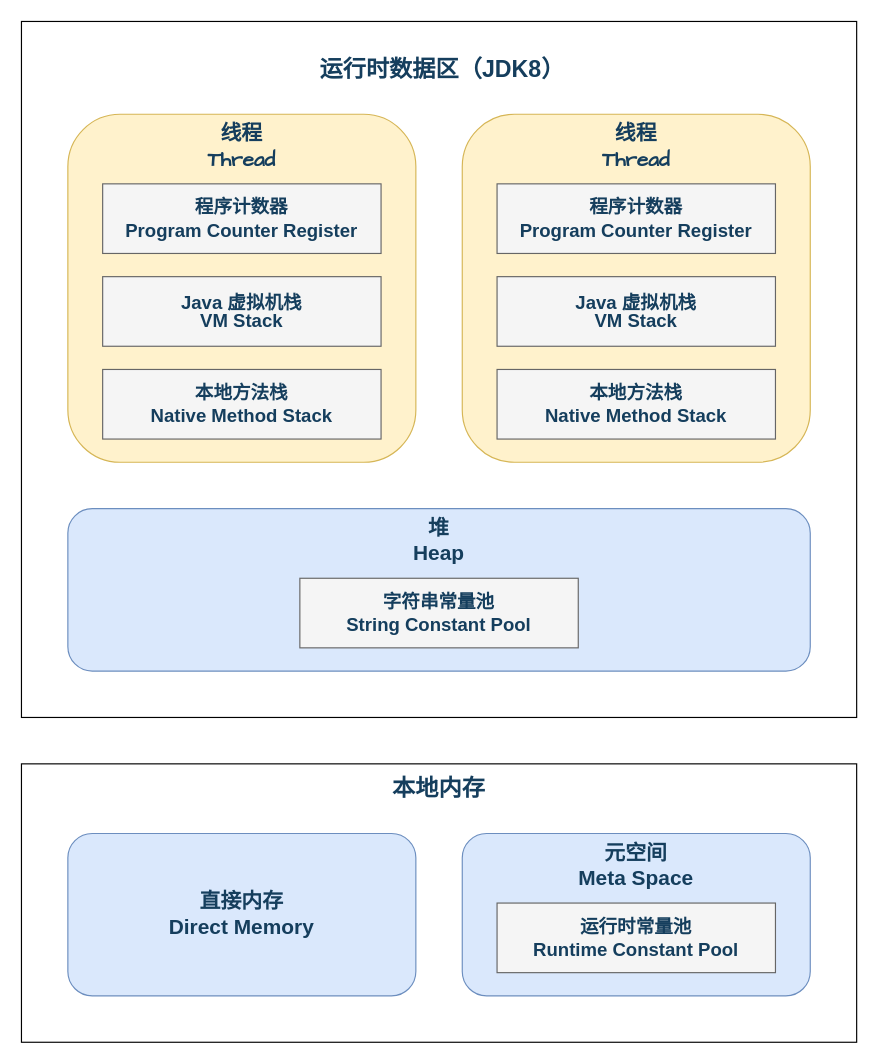
Before: page "运行时数据区（JDK8）" (2 of 6) of assets/Java/JavaCore/JVM/Java虚拟机之内存区域.drawio in dunwu/waterdrop, a draw.io diagram. Source tidied: cells renumbered, new cells numbered last; positions are measured from the earlier drawing's top-left corner, leaving out a move shared by most shapes. Both pictures are drawn from the tidied source at 116%, with x=0, y=0 at pixel (21, 21).
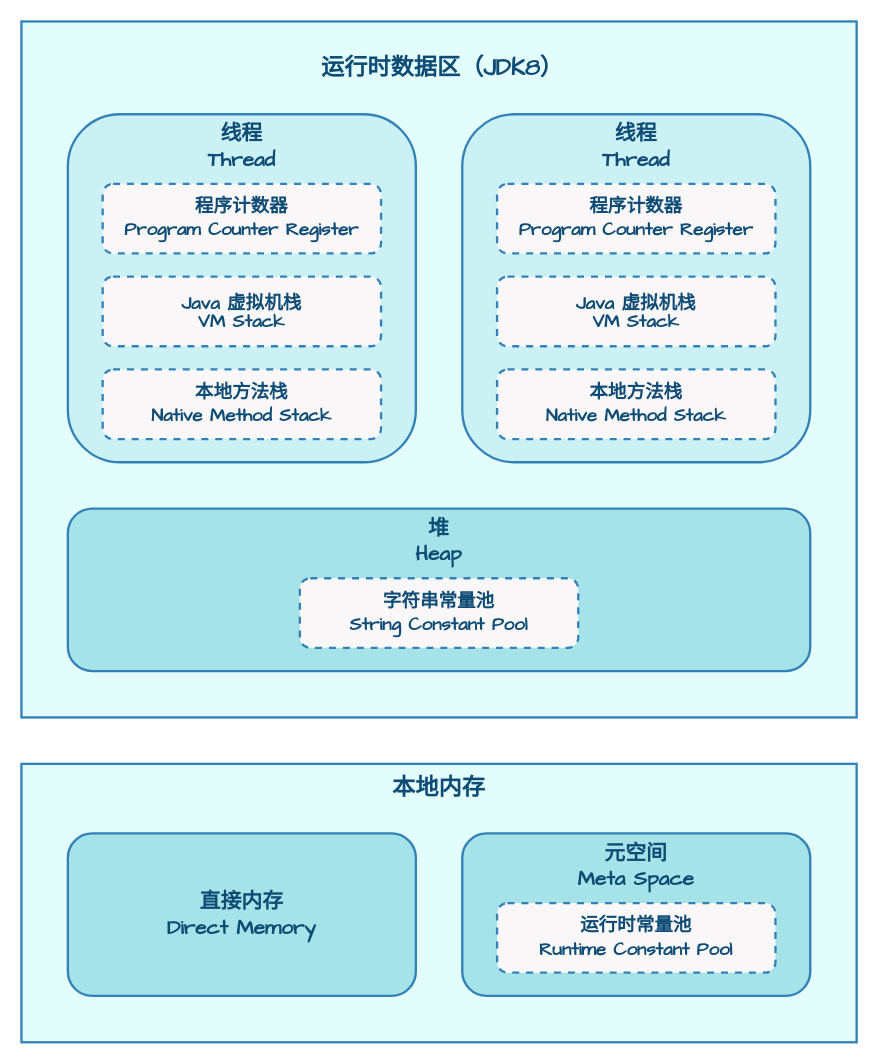
The same page after the edit.

What changed in the source:
```diff
@@
 <mxGraphModel>
   <root>
     <mxCell id="0" />
     <mxCell id="1" parent="0" />
-    <mxCell id="2" style="rounded=0;whiteSpace=wrap;html=1;fontSize=16;fillColor=none;fontColor=#153E5D;" parent="1" vertex="1">
+    <mxCell id="2" style="rounded=0;whiteSpace=wrap;html=1;fontSize=16;fillColor=#E3FDFD;fontColor=#0F4C75;strokeWidth=2;strokeColor=#3282B8;fontFamily=Comic Sans MS;fontStyle=1;" parent="1" vertex="1">
       <mxGeometry width="720" height="600" as="geometry" />
     </mxCell>
-    <mxCell id="3" style="rounded=0;whiteSpace=wrap;html=1;fontSize=16;fontColor=#153E5D;fillColor=none;" parent="1" vertex="1">
+    <mxCell id="3" style="rounded=0;whiteSpace=wrap;html=1;fontSize=16;fontColor=#0F4C75;fillColor=#E3FDFD;strokeWidth=2;strokeColor=#3282B8;fontFamily=Comic Sans MS;fontStyle=1;" parent="1" vertex="1">
       <mxGeometry y="640" width="720" height="240" as="geometry" />
     </mxCell>
-    <mxCell id="4" value="&lt;div style=&quot;border-color: var(--border-color); font-family: &amp;quot;Comic Sans MS&amp;quot;; font-size: 18px; font-weight: 700;&quot;&gt;&lt;div style=&quot;border-color: var(--border-color);&quot;&gt;线程&lt;/div&gt;&lt;div style=&quot;border-color: var(--border-color);&quot;&gt;Thread&lt;/div&gt;&lt;/div&gt;" style="rounded=1;whiteSpace=wrap;html=1;fillColor=#fff2cc;strokeColor=#d6b656;shadow=0;fontSize=16;verticalAlign=top;fontColor=#153E5D;" parent="1" vertex="1">
+    <mxCell id="4" value="&lt;div style=&quot;border-color: var(--border-color); font-size: 18px;&quot;&gt;&lt;div style=&quot;border-color: var(--border-color);&quot;&gt;线程&lt;/div&gt;&lt;div style=&quot;border-color: var(--border-color);&quot;&gt;Thread&lt;/div&gt;&lt;/div&gt;" style="rounded=1;whiteSpace=wrap;html=1;fillColor=#CBF1F5;strokeColor=#3282B8;shadow=0;fontSize=16;verticalAlign=top;fontColor=#0F4C75;strokeWidth=2;fontFamily=Comic Sans MS;fontStyle=1;" parent="1" vertex="1">
       <mxGeometry x="40" y="80" width="300" height="300" as="geometry" />
     </mxCell>
-    <mxCell id="5" value="&lt;div style=&quot;border-color: var(--border-color); font-size: 18px; font-weight: 700;&quot;&gt;元空间&lt;/div&gt;&lt;div style=&quot;border-color: var(--border-color); font-size: 18px; font-weight: 700;&quot;&gt;Meta Space&lt;/div&gt;" style="rounded=1;whiteSpace=wrap;html=1;fillColor=#dae8fc;strokeColor=#6c8ebf;shadow=0;fontSize=16;verticalAlign=top;fontColor=#153E5D;" parent="1" vertex="1">
+    <mxCell id="5" value="&lt;div style=&quot;border-color: var(--border-color); font-size: 18px;&quot;&gt;元空间&lt;/div&gt;&lt;div style=&quot;border-color: var(--border-color); font-size: 18px;&quot;&gt;Meta Space&lt;/div&gt;" style="rounded=1;whiteSpace=wrap;html=1;fillColor=#A6E3E9;strokeColor=#3282B8;shadow=0;fontSize=16;verticalAlign=top;fontColor=#0F4C75;strokeWidth=2;fontFamily=Comic Sans MS;fontStyle=1;" parent="1" vertex="1">
       <mxGeometry x="380" y="700" width="300" height="140" as="geometry" />
     </mxCell>
-    <mxCell id="6" value="运行时数据区（JDK8）" style="text;html=1;strokeColor=none;fillColor=none;align=center;verticalAlign=middle;whiteSpace=wrap;rounded=0;fontSize=20;fontStyle=1;fontColor=#153E5D;" parent="1" vertex="1">
+    <mxCell id="6" value="运行时数据区（JDK8）" style="text;html=1;strokeColor=none;fillColor=none;align=center;verticalAlign=middle;whiteSpace=wrap;rounded=0;fontSize=20;fontStyle=1;fontColor=#0F4C75;strokeWidth=2;fontFamily=Comic Sans MS;" parent="1" vertex="1">
       <mxGeometry x="220" y="20" width="286" height="40" as="geometry" />
     </mxCell>
-    <mxCell id="7" value="&lt;div style=&quot;border-color: var(--border-color); font-size: 18px; font-weight: 700;&quot;&gt;堆&lt;/div&gt;&lt;div style=&quot;border-color: var(--border-color); font-size: 18px; font-weight: 700;&quot;&gt;Heap&lt;/div&gt;" style="rounded=1;whiteSpace=wrap;html=1;fillColor=#dae8fc;strokeColor=#6c8ebf;shadow=0;fontSize=16;verticalAlign=top;fontColor=#153E5D;" parent="1" vertex="1">
+    <mxCell id="7" value="&lt;div style=&quot;border-color: var(--border-color); font-size: 18px;&quot;&gt;堆&lt;/div&gt;&lt;div style=&quot;border-color: var(--border-color); font-size: 18px;&quot;&gt;Heap&lt;/div&gt;" style="rounded=1;whiteSpace=wrap;html=1;fillColor=#A6E3E9;strokeColor=#3282B8;shadow=0;fontSize=16;verticalAlign=top;fontColor=#0F4C75;strokeWidth=2;fontFamily=Comic Sans MS;fontStyle=1;" parent="1" vertex="1">
       <mxGeometry x="40" y="420" width="640" height="140" as="geometry" />
     </mxCell>
-    <mxCell id="8" value="&lt;div style=&quot;font-size: 20px;&quot;&gt;本地内存&lt;/div&gt;" style="text;html=1;strokeColor=none;fillColor=none;align=center;verticalAlign=middle;whiteSpace=wrap;rounded=0;fontSize=20;fontStyle=1;fontColor=#153E5D;" parent="1" vertex="1">
+    <mxCell id="8" value="&lt;div style=&quot;font-size: 20px;&quot;&gt;本地内存&lt;/div&gt;" style="text;html=1;strokeColor=none;fillColor=none;align=center;verticalAlign=middle;whiteSpace=wrap;rounded=0;fontSize=20;fontStyle=1;fontColor=#0F4C75;strokeWidth=2;fontFamily=Comic Sans MS;" parent="1" vertex="1">
       <mxGeometry x="300" y="640" width="120" height="40" as="geometry" />
     </mxCell>
-    <mxCell id="9" value="&lt;div style=&quot;border-color: var(--border-color);&quot;&gt;字符串常量池&lt;/div&gt;&lt;div style=&quot;border-color: var(--border-color);&quot;&gt;String Constant Pool&lt;/div&gt;" style="rounded=0;whiteSpace=wrap;html=1;fillColor=#f5f5f5;fontColor=#153E5D;strokeColor=#666666;fontSize=16;fontStyle=1;" parent="1" vertex="1">
+    <mxCell id="9" value="&lt;div style=&quot;border-color: var(--border-color);&quot;&gt;字符串常量池&lt;/div&gt;&lt;div style=&quot;border-color: var(--border-color);&quot;&gt;String Constant Pool&lt;/div&gt;" style="rounded=1;whiteSpace=wrap;html=1;fillColor=#F9F7F7;fontColor=#0F4C75;strokeColor=#3282B8;fontSize=16;fontStyle=1;strokeWidth=2;dashed=1;fontFamily=Comic Sans MS;" parent="1" vertex="1">
       <mxGeometry x="240" y="480" width="240" height="60" as="geometry" />
     </mxCell>
-    <mxCell id="10" value="&lt;div style=&quot;border-color: var(--border-color);&quot;&gt;&lt;div style=&quot;border-color: var(--border-color);&quot;&gt;运行时常量池&lt;/div&gt;&lt;div style=&quot;border-color: var(--border-color);&quot;&gt;Runtime Constant Pool&lt;/div&gt;&lt;/div&gt;" style="rounded=0;whiteSpace=wrap;html=1;fillColor=#f5f5f5;fontColor=#153E5D;strokeColor=#666666;fontSize=16;fontStyle=1;" parent="1" vertex="1">
+    <mxCell id="10" value="&lt;div style=&quot;border-color: var(--border-color);&quot;&gt;&lt;div style=&quot;border-color: var(--border-color);&quot;&gt;运行时常量池&lt;/div&gt;&lt;div style=&quot;border-color: var(--border-color);&quot;&gt;Runtime Constant Pool&lt;/div&gt;&lt;/div&gt;" style="rounded=1;whiteSpace=wrap;html=1;fillColor=#F9F7F7;fontColor=#0F4C75;strokeColor=#3282B8;fontSize=16;fontStyle=1;strokeWidth=2;dashed=1;fontFamily=Comic Sans MS;" parent="1" vertex="1">
       <mxGeometry x="410" y="760" width="240" height="60" as="geometry" />
     </mxCell>
-    <mxCell id="11" value="&lt;div style=&quot;border-color: var(--border-color); font-size: 18px; font-weight: 700;&quot;&gt;直接内存&lt;/div&gt;&lt;div style=&quot;border-color: var(--border-color); font-size: 18px; font-weight: 700;&quot;&gt;Direct Memory&lt;/div&gt;" style="rounded=1;whiteSpace=wrap;html=1;fillColor=#dae8fc;strokeColor=#6c8ebf;shadow=0;fontSize=18;fontColor=#153E5D;" parent="1" vertex="1">
+    <mxCell id="11" value="&lt;div style=&quot;border-color: var(--border-color); font-size: 18px;&quot;&gt;直接内存&lt;/div&gt;&lt;div style=&quot;border-color: var(--border-color); font-size: 18px;&quot;&gt;Direct Memory&lt;/div&gt;" style="rounded=1;whiteSpace=wrap;html=1;fillColor=#A6E3E9;strokeColor=#3282B8;shadow=0;fontSize=18;fontColor=#0F4C75;strokeWidth=2;fontFamily=Comic Sans MS;fontStyle=1;" parent="1" vertex="1">
       <mxGeometry x="40" y="700" width="300" height="140" as="geometry" />
     </mxCell>
-    <mxCell id="12" value="&lt;div style=&quot;border-color: var(--border-color); font-family: &amp;quot;Comic Sans MS&amp;quot;; font-size: 18px; font-weight: 700;&quot;&gt;&lt;div style=&quot;border-color: var(--border-color);&quot;&gt;线程&lt;/div&gt;&lt;div style=&quot;border-color: var(--border-color);&quot;&gt;Thread&lt;/div&gt;&lt;/div&gt;" style="rounded=1;whiteSpace=wrap;html=1;fillColor=#fff2cc;strokeColor=#d6b656;shadow=0;fontSize=16;verticalAlign=top;fontColor=#153E5D;" parent="1" vertex="1">
+    <mxCell id="12" value="&lt;div style=&quot;border-color: var(--border-color); font-size: 18px;&quot;&gt;&lt;div style=&quot;border-color: var(--border-color);&quot;&gt;线程&lt;/div&gt;&lt;div style=&quot;border-color: var(--border-color);&quot;&gt;Thread&lt;/div&gt;&lt;/div&gt;" style="rounded=1;whiteSpace=wrap;html=1;fillColor=#CBF1F5;strokeColor=#3282B8;shadow=0;fontSize=16;verticalAlign=top;fontColor=#0F4C75;strokeWidth=2;fontFamily=Comic Sans MS;fontStyle=1;" parent="1" vertex="1">
       <mxGeometry x="380" y="80" width="300" height="300" as="geometry" />
     </mxCell>
-    <mxCell id="13" value="&lt;div style=&quot;font-size: 16px;&quot;&gt;&lt;div style=&quot;font-size: 16px;&quot;&gt;程序计数器&lt;/div&gt;&lt;div style=&quot;font-size: 16px;&quot;&gt;Program Counter Register&lt;/div&gt;&lt;/div&gt;" style="rounded=0;whiteSpace=wrap;html=1;fontSize=16;fillColor=#f5f5f5;fontColor=#153E5D;strokeColor=#666666;fontStyle=1;" parent="1" vertex="1">
+    <mxCell id="13" value="&lt;div style=&quot;font-size: 16px;&quot;&gt;&lt;div style=&quot;font-size: 16px;&quot;&gt;程序计数器&lt;/div&gt;&lt;div style=&quot;font-size: 16px;&quot;&gt;Program Counter Register&lt;/div&gt;&lt;/div&gt;" style="rounded=1;whiteSpace=wrap;html=1;fontSize=16;fillColor=#F9F7F7;fontColor=#0F4C75;strokeColor=#3282B8;fontStyle=1;strokeWidth=2;dashed=1;fontFamily=Comic Sans MS;" parent="1" vertex="1">
       <mxGeometry x="410" y="140" width="240" height="60" as="geometry" />
     </mxCell>
-    <mxCell id="14" value="&lt;div style=&quot;font-size: 16px;&quot;&gt;&lt;div style=&quot;font-size: 16px;&quot;&gt;&lt;p style=&quot;border-color: var(--border-color); margin: 0px 4px; line-height: 16px;&quot; align=&quot;center&quot;&gt;Java 虚拟机栈&lt;/p&gt;&lt;p style=&quot;border-color: var(--border-color); margin: 0px 4px; line-height: 16px;&quot; align=&quot;center&quot;&gt;VM Stack&lt;/p&gt;&lt;/div&gt;&lt;/div&gt;" style="rounded=0;whiteSpace=wrap;html=1;fontSize=16;fillColor=#f5f5f5;fontColor=#153E5D;strokeColor=#666666;fontStyle=1;" parent="1" vertex="1">
+    <mxCell id="14" value="&lt;div style=&quot;font-size: 16px;&quot;&gt;&lt;div style=&quot;font-size: 16px;&quot;&gt;&lt;p style=&quot;border-color: var(--border-color); margin: 0px 4px; line-height: 16px;&quot; align=&quot;center&quot;&gt;Java 虚拟机栈&lt;/p&gt;&lt;p style=&quot;border-color: var(--border-color); margin: 0px 4px; line-height: 16px;&quot; align=&quot;center&quot;&gt;VM Stack&lt;/p&gt;&lt;/div&gt;&lt;/div&gt;" style="rounded=1;whiteSpace=wrap;html=1;fontSize=16;fillColor=#F9F7F7;fontColor=#0F4C75;strokeColor=#3282B8;fontStyle=1;strokeWidth=2;dashed=1;fontFamily=Comic Sans MS;" parent="1" vertex="1">
       <mxGeometry x="410" y="220" width="240" height="60" as="geometry" />
     </mxCell>
-    <mxCell id="15" value="&lt;div style=&quot;font-size: 16px;&quot;&gt;&lt;div style=&quot;font-size: 16px;&quot;&gt;&lt;div style=&quot;border-color: var(--border-color);&quot;&gt;本地方法栈&lt;/div&gt;&lt;div style=&quot;border-color: var(--border-color);&quot;&gt;Native Method Stack&lt;/div&gt;&lt;/div&gt;&lt;/div&gt;" style="rounded=0;whiteSpace=wrap;html=1;fontSize=16;fillColor=#f5f5f5;fontColor=#153E5D;strokeColor=#666666;fontStyle=1;" parent="1" vertex="1">
+    <mxCell id="15" value="&lt;div style=&quot;font-size: 16px;&quot;&gt;&lt;div style=&quot;font-size: 16px;&quot;&gt;&lt;div style=&quot;border-color: var(--border-color);&quot;&gt;本地方法栈&lt;/div&gt;&lt;div style=&quot;border-color: var(--border-color);&quot;&gt;Native Method Stack&lt;/div&gt;&lt;/div&gt;&lt;/div&gt;" style="rounded=1;whiteSpace=wrap;html=1;fontSize=16;fillColor=#F9F7F7;fontColor=#0F4C75;strokeColor=#3282B8;fontStyle=1;strokeWidth=2;dashed=1;fontFamily=Comic Sans MS;" parent="1" vertex="1">
       <mxGeometry x="410" y="300" width="240" height="60" as="geometry" />
     </mxCell>
-    <mxCell id="16" value="&lt;div style=&quot;font-size: 16px;&quot;&gt;&lt;div style=&quot;font-size: 16px;&quot;&gt;程序计数器&lt;/div&gt;&lt;div style=&quot;font-size: 16px;&quot;&gt;Program Counter Register&lt;/div&gt;&lt;/div&gt;" style="rounded=0;whiteSpace=wrap;html=1;fontSize=16;fillColor=#f5f5f5;fontColor=#153E5D;strokeColor=#666666;fontStyle=1;" parent="1" vertex="1">
+    <mxCell id="16" value="&lt;div style=&quot;font-size: 16px;&quot;&gt;&lt;div style=&quot;font-size: 16px;&quot;&gt;程序计数器&lt;/div&gt;&lt;div style=&quot;font-size: 16px;&quot;&gt;Program Counter Register&lt;/div&gt;&lt;/div&gt;" style="rounded=1;whiteSpace=wrap;html=1;fontSize=16;fillColor=#F9F7F7;fontColor=#0F4C75;strokeColor=#3282B8;fontStyle=1;strokeWidth=2;dashed=1;fontFamily=Comic Sans MS;" parent="1" vertex="1">
       <mxGeometry x="70" y="140" width="240" height="60" as="geometry" />
     </mxCell>
-    <mxCell id="17" value="&lt;div style=&quot;font-size: 16px;&quot;&gt;&lt;div style=&quot;font-size: 16px;&quot;&gt;&lt;p style=&quot;border-color: var(--border-color); margin: 0px 4px; line-height: 16px;&quot; align=&quot;center&quot;&gt;Java 虚拟机栈&lt;/p&gt;&lt;p style=&quot;border-color: var(--border-color); margin: 0px 4px; line-height: 16px;&quot; align=&quot;center&quot;&gt;VM Stack&lt;/p&gt;&lt;/div&gt;&lt;/div&gt;" style="rounded=0;whiteSpace=wrap;html=1;fontSize=16;fillColor=#f5f5f5;fontColor=#153E5D;strokeColor=#666666;fontStyle=1;" parent="1" vertex="1">
+    <mxCell id="17" value="&lt;div style=&quot;font-size: 16px;&quot;&gt;&lt;div style=&quot;font-size: 16px;&quot;&gt;&lt;p style=&quot;border-color: var(--border-color); margin: 0px 4px; line-height: 16px;&quot; align=&quot;center&quot;&gt;Java 虚拟机栈&lt;/p&gt;&lt;p style=&quot;border-color: var(--border-color); margin: 0px 4px; line-height: 16px;&quot; align=&quot;center&quot;&gt;VM Stack&lt;/p&gt;&lt;/div&gt;&lt;/div&gt;" style="rounded=1;whiteSpace=wrap;html=1;fontSize=16;fillColor=#F9F7F7;fontColor=#0F4C75;strokeColor=#3282B8;fontStyle=1;strokeWidth=2;dashed=1;fontFamily=Comic Sans MS;" parent="1" vertex="1">
       <mxGeometry x="70" y="220" width="240" height="60" as="geometry" />
     </mxCell>
-    <mxCell id="18" value="&lt;div style=&quot;font-size: 16px;&quot;&gt;&lt;div style=&quot;font-size: 16px;&quot;&gt;&lt;div style=&quot;border-color: var(--border-color);&quot;&gt;本地方法栈&lt;/div&gt;&lt;div style=&quot;border-color: var(--border-color);&quot;&gt;Native Method Stack&lt;/div&gt;&lt;/div&gt;&lt;/div&gt;" style="rounded=0;whiteSpace=wrap;html=1;fontSize=16;fillColor=#f5f5f5;fontColor=#153E5D;strokeColor=#666666;fontStyle=1;" parent="1" vertex="1">
+    <mxCell id="18" value="&lt;div style=&quot;font-size: 16px;&quot;&gt;&lt;div style=&quot;font-size: 16px;&quot;&gt;&lt;div style=&quot;border-color: var(--border-color);&quot;&gt;本地方法栈&lt;/div&gt;&lt;div style=&quot;border-color: var(--border-color);&quot;&gt;Native Method Stack&lt;/div&gt;&lt;/div&gt;&lt;/div&gt;" style="rounded=1;whiteSpace=wrap;html=1;fontSize=16;fillColor=#F9F7F7;fontColor=#0F4C75;strokeColor=#3282B8;fontStyle=1;strokeWidth=2;dashed=1;fontFamily=Comic Sans MS;" parent="1" vertex="1">
       <mxGeometry x="70" y="300" width="240" height="60" as="geometry" />
     </mxCell>
   </root>
 </mxGraphModel>
```
